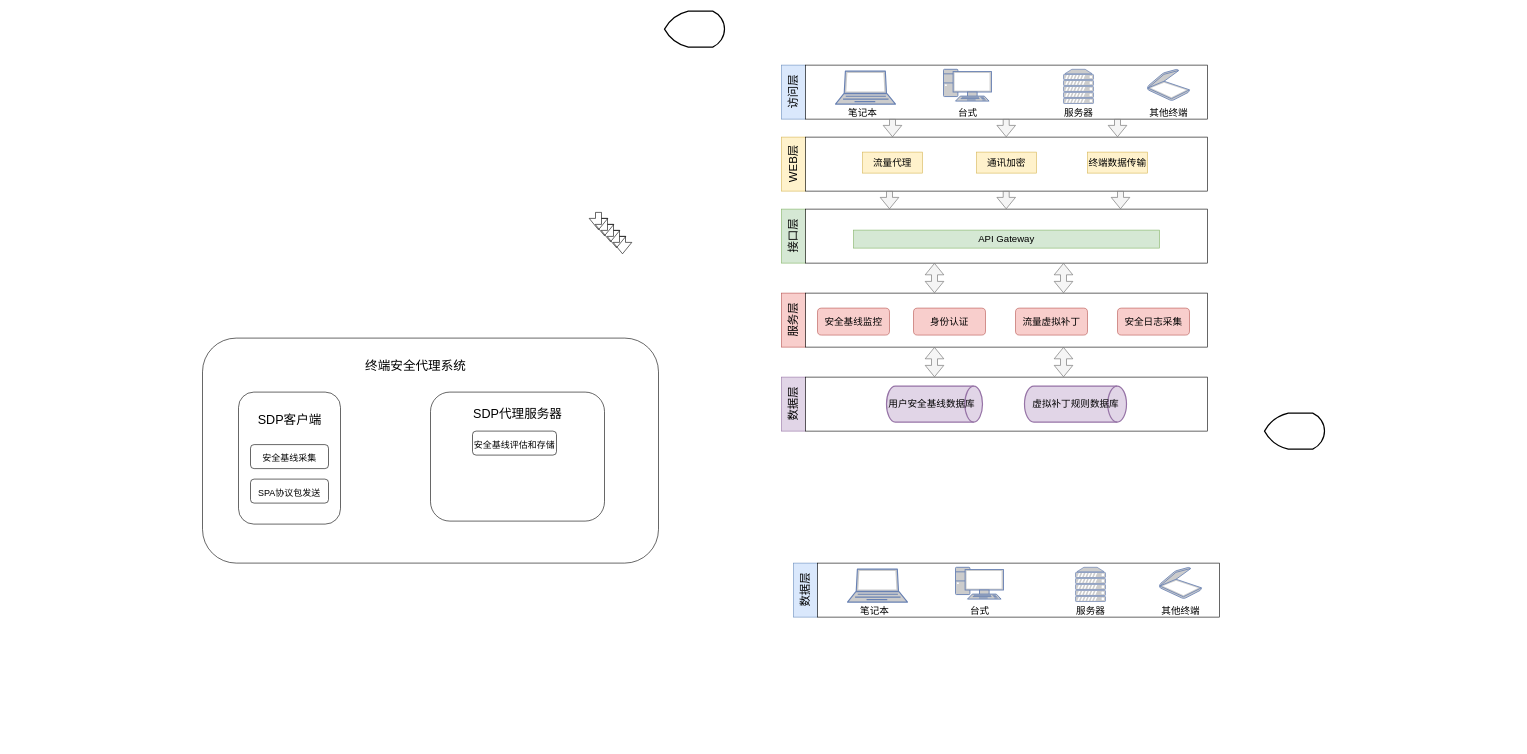
Moose1273/- keeps this draw.io diagram as testDirectory/系统框架.drawio. Above is the earlier version. Source tidied: cells renumbered, new cells numbered last; positions are measured from the earlier drawing's top-left corner, leaving out a move shared by most shapes. Both pictures are drawn from the tidied source at 60%, with x=0, y=0 at pixel (202, 11).
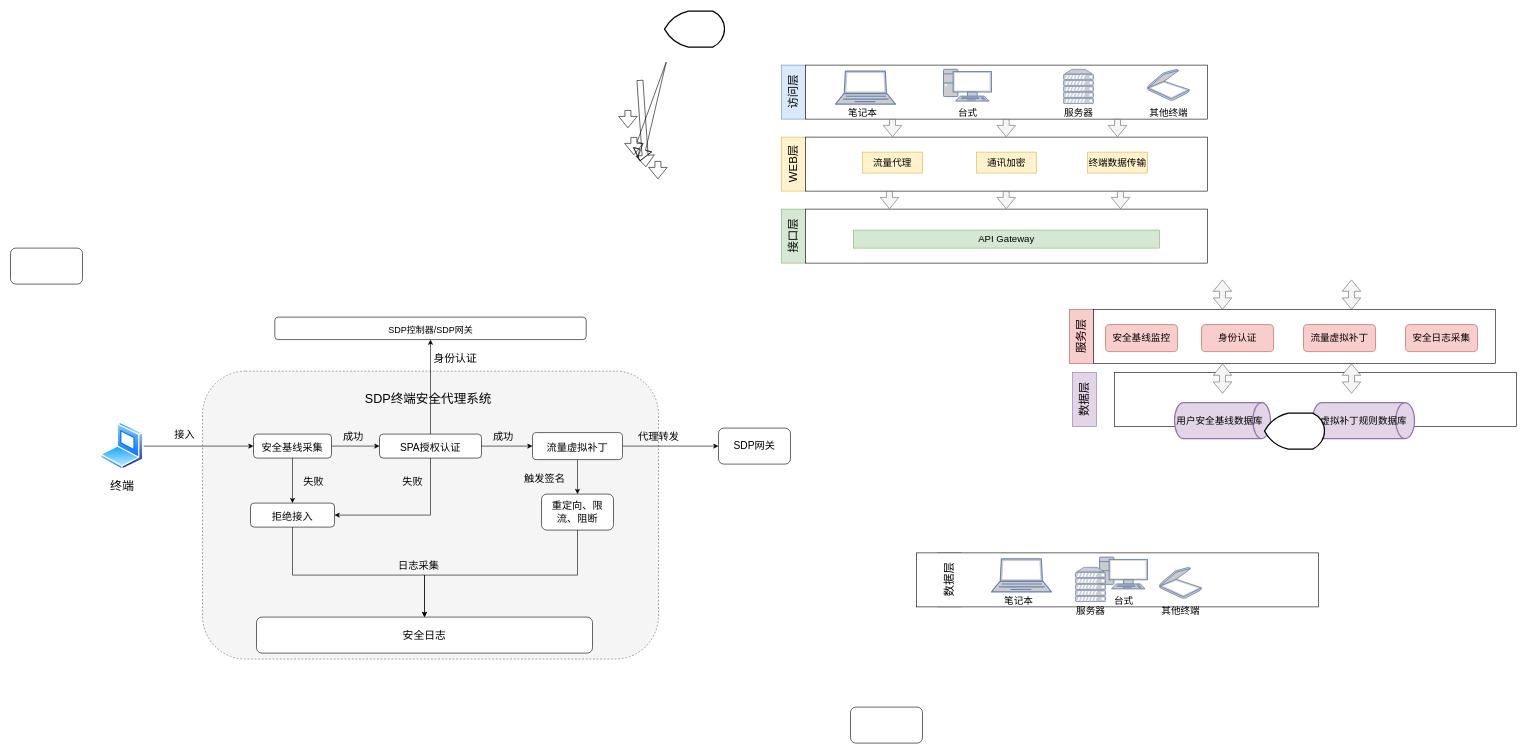
The same diagram, later.

Commit message:
更新系统框架.drawio

What changed in the source:
```diff
@@
     <mxCell id="19" style="rounded=0;whiteSpace=wrap;html=1;fillColor=#f8cecc;strokeColor=#b85450;" parent="1" vertex="1">
-      <mxGeometry x="965" y="470" width="40" height="90" as="geometry" />
+      <mxGeometry x="1445" y="497.5" width="40" height="90" as="geometry" />
     </mxCell>
     <mxCell id="20" style="rounded=0;whiteSpace=wrap;html=1;" parent="1" vertex="1">
-      <mxGeometry x="1005" y="470" width="670" height="90" as="geometry" />
+      <mxGeometry x="1485" y="497.5" width="670" height="90" as="geometry" />
     </mxCell>
     <mxCell id="21" value="&lt;font style=&quot;font-size: 19px;&quot;&gt;服务层&lt;/font&gt;" style="text;html=1;align=center;verticalAlign=middle;strokeColor=none;fillColor=none;rotation=-90;" parent="1" vertex="1">
-      <mxGeometry x="945" y="495" width="80" height="40" as="geometry" />
+      <mxGeometry x="1425" y="522.5" width="80" height="40" as="geometry" />
     </mxCell>
     <mxCell id="22" style="rounded=0;whiteSpace=wrap;html=1;fillColor=#dae8fc;strokeColor=#6c8ebf;" parent="1" vertex="1">
-      <mxGeometry x="985" y="920" width="40" height="90" as="geometry" />
+      <mxGeometry x="1225" y="903" width="40" height="90" as="geometry" />
     </mxCell>
     <mxCell id="23" style="rounded=0;whiteSpace=wrap;html=1;" parent="1" vertex="1">
-      <mxGeometry x="1025" y="920" width="670" height="90" as="geometry" />
+      <mxGeometry x="1190" y="903" width="670" height="90" as="geometry" />
     </mxCell>
     <mxCell id="24" value="&lt;span style=&quot;font-size: 19px;&quot;&gt;数据层&lt;/span&gt;" style="text;html=1;align=center;verticalAlign=middle;strokeColor=none;fillColor=none;rotation=-90;" parent="1" vertex="1">
-      <mxGeometry x="965" y="945" width="80" height="40" as="geometry" />
+      <mxGeometry x="1205" y="928" width="80" height="40" as="geometry" />
     </mxCell>
     <mxCell id="25" style="fontColor=#0066CC;verticalAlign=top;verticalLabelPosition=bottom;labelPosition=center;align=center;html=1;fillColor=#CCCCCC;strokeColor=#6881B3;gradientColor=none;gradientDirection=north;strokeWidth=2;shape=mxgraph.networks.laptop;fontSize=19;" parent="1" vertex="1">
-      <mxGeometry x="1075" y="930" width="100" height="55" as="geometry" />
+      <mxGeometry x="1315" y="913" width="100" height="55" as="geometry" />
     </mxCell>
     <mxCell id="26" value="&lt;font style=&quot;font-size: 16px;&quot;&gt;笔记本&lt;/font&gt;" style="text;html=1;align=center;verticalAlign=middle;strokeColor=none;fillColor=none;fontSize=19;" parent="1" vertex="1">
-      <mxGeometry x="1085" y="980" width="70" height="40" as="geometry" />
+      <mxGeometry x="1325" y="963" width="70" height="40" as="geometry" />
     </mxCell>
     <mxCell id="27" style="fontColor=#0066CC;verticalAlign=top;verticalLabelPosition=bottom;labelPosition=center;align=center;html=1;fillColor=#CCCCCC;strokeColor=#6881B3;gradientColor=none;gradientDirection=north;strokeWidth=2;shape=mxgraph.networks.pc;fontSize=16;" parent="1" vertex="1">
-      <mxGeometry x="1255" y="927" width="80" height="53" as="geometry" />
+      <mxGeometry x="1495" y="910" width="80" height="53" as="geometry" />
     </mxCell>
     <mxCell id="28" value="&lt;font style=&quot;font-size: 16px;&quot;&gt;台式&lt;/font&gt;" style="text;html=1;align=center;verticalAlign=middle;strokeColor=none;fillColor=none;fontSize=19;" parent="1" vertex="1">
-      <mxGeometry x="1265" y="980" width="60" height="40" as="geometry" />
+      <mxGeometry x="1505" y="963" width="60" height="40" as="geometry" />
     </mxCell>
@@
     <mxCell id="37" value="安全基线监控" style="rounded=1;whiteSpace=wrap;html=1;fontSize=16;fillColor=#f8cecc;strokeColor=#b85450;" parent="1" vertex="1">
-      <mxGeometry x="1025" y="495" width="120" height="45" as="geometry" />
+      <mxGeometry x="1505" y="522.5" width="120" height="45" as="geometry" />
     </mxCell>
     <mxCell id="38" value="身份认证" style="rounded=1;whiteSpace=wrap;html=1;fontSize=16;fillColor=#f8cecc;strokeColor=#b85450;" parent="1" vertex="1">
-      <mxGeometry x="1185" y="495" width="120" height="45" as="geometry" />
+      <mxGeometry x="1665" y="522.5" width="120" height="45" as="geometry" />
     </mxCell>
     <mxCell id="39" value="流量虚拟补丁" style="rounded=1;whiteSpace=wrap;html=1;fontSize=16;fillColor=#f8cecc;strokeColor=#b85450;" parent="1" vertex="1">
-      <mxGeometry x="1355" y="495" width="120" height="45" as="geometry" />
+      <mxGeometry x="1835" y="522.5" width="120" height="45" as="geometry" />
     </mxCell>
     <mxCell id="40" value="安全日志采集" style="rounded=1;whiteSpace=wrap;html=1;fontSize=16;fillColor=#f8cecc;strokeColor=#b85450;" parent="1" vertex="1">
-      <mxGeometry x="1525" y="495" width="120" height="45" as="geometry" />
+      <mxGeometry x="2005" y="522.5" width="120" height="45" as="geometry" />
     </mxCell>
     <mxCell id="41" style="rounded=0;whiteSpace=wrap;html=1;fillColor=#e1d5e7;strokeColor=#9673a6;" parent="1" vertex="1">
-      <mxGeometry x="965" y="610" width="40" height="90" as="geometry" />
+      <mxGeometry x="1450" y="602.5" width="40" height="90" as="geometry" />
     </mxCell>
     <mxCell id="42" style="rounded=0;whiteSpace=wrap;html=1;" parent="1" vertex="1">
-      <mxGeometry x="1005" y="610" width="670" height="90" as="geometry" />
+      <mxGeometry x="1520" y="602.5" width="670" height="90" as="geometry" />
     </mxCell>
     <mxCell id="43" value="&lt;font style=&quot;font-size: 19px;&quot;&gt;数据层&lt;/font&gt;" style="text;html=1;align=center;verticalAlign=middle;strokeColor=none;fillColor=none;rotation=-90;" parent="1" vertex="1">
-      <mxGeometry x="945" y="635" width="80" height="40" as="geometry" />
+      <mxGeometry x="1430" y="627.5" width="80" height="40" as="geometry" />
     </mxCell>
     <mxCell id="44" style="strokeWidth=2;html=1;shape=mxgraph.flowchart.direct_data;whiteSpace=wrap;fontSize=16;fillColor=#e1d5e7;strokeColor=#9673a6;" parent="1" vertex="1">
-      <mxGeometry x="1140" y="625" width="160" height="60" as="geometry" />
+      <mxGeometry x="1620" y="652.5" width="160" height="60" as="geometry" />
     </mxCell>
     <mxCell id="45" value="&lt;span style=&quot;&quot;&gt;用户安全基线数据库&lt;/span&gt;" style="text;html=1;align=center;verticalAlign=middle;strokeColor=none;fillColor=none;fontSize=16;" parent="1" vertex="1">
-      <mxGeometry x="1130" y="640" width="170" height="30" as="geometry" />
+      <mxGeometry x="1610" y="667.5" width="170" height="30" as="geometry" />
     </mxCell>
     <mxCell id="46" style="strokeWidth=2;html=1;shape=mxgraph.flowchart.direct_data;whiteSpace=wrap;fontSize=16;fillColor=#e1d5e7;strokeColor=#9673a6;" parent="1" vertex="1">
-      <mxGeometry x="1370" y="625" width="170" height="60" as="geometry" />
+      <mxGeometry x="1850" y="652.5" width="170" height="60" as="geometry" />
     </mxCell>
     <mxCell id="47" value="虚拟补丁规则数据库" style="text;html=1;align=center;verticalAlign=middle;strokeColor=none;fillColor=none;fontSize=16;" parent="1" vertex="1">
-      <mxGeometry x="1370" y="640" width="170" height="30" as="geometry" />
+      <mxGeometry x="1850" y="667.5" width="170" height="30" as="geometry" />
     </mxCell>
@@
     <mxCell id="56" style="shape=flexArrow;endArrow=classic;html=1;rounded=0;fontSize=16;" parent="1" edge="1">
       <mxGeometry relative="1" as="geometry">
-        <mxPoint x="660" y="335" as="sourcePoint" />
-        <mxPoint x="660" y="365" as="targetPoint" />
+        <mxPoint x="719" y="210" as="sourcePoint" />
+        <mxPoint x="719" y="240" as="targetPoint" />
       </mxGeometry>
     </mxCell>
     <mxCell id="57" style="shape=flexArrow;endArrow=classic;html=1;rounded=0;fontSize=16;" parent="1" edge="1">
       <mxGeometry relative="1" as="geometry">
-        <mxPoint x="670" y="345" as="sourcePoint" />
-        <mxPoint x="670" y="375" as="targetPoint" />
+        <mxPoint x="729" y="220" as="sourcePoint" />
+        <mxPoint x="729" y="250" as="targetPoint" />
+        <Array as="points">
+          <mxPoint x="749" y="165" />
+        </Array>
       </mxGeometry>
     </mxCell>
     <mxCell id="58" style="shape=flexArrow;endArrow=classic;html=1;rounded=0;fontSize=16;" parent="1" edge="1">
       <mxGeometry relative="1" as="geometry">
-        <mxPoint x="680" y="355" as="sourcePoint" />
-        <mxPoint x="680" y="385" as="targetPoint" />
+        <mxPoint x="729" y="115" as="sourcePoint" />
+        <mxPoint x="739" y="260" as="targetPoint" />
       </mxGeometry>
     </mxCell>
     <mxCell id="59" style="shape=flexArrow;endArrow=classic;html=1;rounded=0;fontSize=16;" parent="1" edge="1">
       <mxGeometry relative="1" as="geometry">
-        <mxPoint x="690" y="365" as="sourcePoint" />
-        <mxPoint x="690" y="395" as="targetPoint" />
+        <mxPoint x="709" y="165" as="sourcePoint" />
+        <mxPoint x="709" y="195" as="targetPoint" />
       </mxGeometry>
     </mxCell>
     <mxCell id="60" style="shape=flexArrow;endArrow=classic;html=1;rounded=0;fontSize=16;" parent="1" edge="1">
       <mxGeometry relative="1" as="geometry">
-        <mxPoint x="700" y="375" as="sourcePoint" />
-        <mxPoint x="700" y="405" as="targetPoint" />
+        <mxPoint x="759" y="250" as="sourcePoint" />
+        <mxPoint x="759" y="280" as="targetPoint" />
       </mxGeometry>
     </mxCell>
     <mxCell id="61" style="shape=flexArrow;endArrow=classic;startArrow=classic;html=1;rounded=0;fontSize=16;fillColor=#f5f5f5;strokeColor=#666666;" parent="1" edge="1">
       <mxGeometry relative="1" as="geometry">
-        <mxPoint x="1220" y="470" as="sourcePoint" />
-        <mxPoint x="1220" y="420" as="targetPoint" />
+        <mxPoint x="1700" y="497.5" as="sourcePoint" />
+        <mxPoint x="1700" y="447.5" as="targetPoint" />
       </mxGeometry>
     </mxCell>
     <mxCell id="62" style="shape=flexArrow;endArrow=classic;startArrow=classic;html=1;rounded=0;fontSize=16;fillColor=#f5f5f5;strokeColor=#666666;" parent="1" edge="1">
       <mxGeometry relative="1" as="geometry">
-        <mxPoint x="1435" y="470" as="sourcePoint" />
-        <mxPoint x="1435" y="420" as="targetPoint" />
+        <mxPoint x="1915" y="497.5" as="sourcePoint" />
+        <mxPoint x="1915" y="447.5" as="targetPoint" />
       </mxGeometry>
     </mxCell>
     <mxCell id="63" style="shape=flexArrow;endArrow=classic;startArrow=classic;html=1;rounded=0;fontSize=16;fillColor=#f5f5f5;strokeColor=#666666;" parent="1" edge="1">
       <mxGeometry relative="1" as="geometry">
-        <mxPoint x="1435" y="610" as="sourcePoint" />
-        <mxPoint x="1435" y="560" as="targetPoint" />
+        <mxPoint x="1915" y="637.5" as="sourcePoint" />
+        <mxPoint x="1915" y="587.5" as="targetPoint" />
       </mxGeometry>
     </mxCell>
     <mxCell id="64" style="shape=flexArrow;endArrow=classic;startArrow=classic;html=1;rounded=0;fontSize=16;fillColor=#f5f5f5;strokeColor=#666666;" parent="1" edge="1">
       <mxGeometry relative="1" as="geometry">
-        <mxPoint x="1220" y="610" as="sourcePoint" />
-        <mxPoint x="1220" y="560" as="targetPoint" />
+        <mxPoint x="1700" y="637.5" as="sourcePoint" />
+        <mxPoint x="1700" y="587.5" as="targetPoint" />
       </mxGeometry>
     </mxCell>
-    <mxCell id="65" style="rounded=1;whiteSpace=wrap;html=1;" parent="1" vertex="1">
-      <mxGeometry y="545" width="760" height="375" as="geometry" />
+    <mxCell id="65" style="rounded=1;whiteSpace=wrap;html=1;fillColor=#f5f5f5;fontColor=#333333;strokeColor=#666666;dashed=1;" parent="1" vertex="1">
+      <mxGeometry y="600" width="760" height="480" as="geometry" />
     </mxCell>
-    <mxCell id="66" style="rounded=1;whiteSpace=wrap;html=1;" parent="1" vertex="1">
-      <mxGeometry x="60" y="635" width="170" height="220" as="geometry" />
-    </mxCell>
-    <mxCell id="67" style="rounded=1;whiteSpace=wrap;html=1;" parent="1" vertex="1">
-      <mxGeometry x="380" y="635" width="290" height="215" as="geometry" />
-    </mxCell>
-    <mxCell id="68" value="&lt;font style=&quot;font-size: 21px;&quot;&gt;终端安全代理系统&lt;/font&gt;" style="text;html=1;align=center;verticalAlign=middle;strokeColor=none;fillColor=none;" parent="1" vertex="1">
-      <mxGeometry x="260" y="570" width="190" height="40" as="geometry" />
+    <mxCell id="68" value="&lt;font style=&quot;font-size: 21px;&quot;&gt;SDP终端安全代理系统&lt;/font&gt;" style="text;html=1;align=center;verticalAlign=middle;strokeColor=none;fillColor=none;" parent="1" vertex="1">
+      <mxGeometry x="261.2" y="625" width="230" height="40" as="geometry" />
     </mxCell>
-    <mxCell id="69" value="SDP客户端" style="text;html=1;align=center;verticalAlign=middle;strokeColor=none;fillColor=none;fontSize=21;" parent="1" vertex="1">
-      <mxGeometry x="80" y="660" width="130" height="40" as="geometry" />
-    </mxCell>
+    <mxCell id="74" style="edgeStyle=orthogonalEdgeStyle;rounded=0;jettySize=auto;html=1;exitX=1;exitY=0.5;exitDx=0;exitDy=0;entryX=0;entryY=0.5;entryDx=0;entryDy=0;fontSize=20;" parent="1" edge="1" source="70" target="73">
+      <mxGeometry relative="1" as="geometry" />
+    </mxCell>
+    <mxCell id="75" style="edgeStyle=orthogonalEdgeStyle;rounded=0;jettySize=auto;html=1;exitX=0.5;exitY=1;exitDx=0;exitDy=0;fontSize=18;" parent="1" edge="1" source="70" target="71">
+      <mxGeometry relative="1" as="geometry" />
+    </mxCell>
-    <mxCell id="70" value="&lt;font style=&quot;font-size: 15px;&quot;&gt;安全基线采集&lt;/font&gt;" style="rounded=1;whiteSpace=wrap;html=1;fontSize=21;" parent="1" vertex="1">
-      <mxGeometry x="80" y="722.5" width="130" height="40" as="geometry" />
+    <mxCell id="70" value="&lt;font style=&quot;font-size: 17px;&quot;&gt;安全基线采集&lt;/font&gt;" style="rounded=1;whiteSpace=wrap;html=1;fontSize=21;" parent="1" vertex="1">
+      <mxGeometry x="85" y="705" width="130" height="40" as="geometry" />
     </mxCell>
+    <mxCell id="76" style="edgeStyle=orthogonalEdgeStyle;rounded=0;jettySize=auto;html=1;exitX=0.5;exitY=1;exitDx=0;exitDy=0;entryX=0.5;entryY=0;entryDx=0;entryDy=0;fontSize=18;" parent="1" edge="1" source="71" target="85">
+      <mxGeometry relative="1" as="geometry">
+        <Array as="points">
+          <mxPoint x="150" y="940" />
+          <mxPoint x="370" y="940" />
+        </Array>
+      </mxGeometry>
+    </mxCell>
-    <mxCell id="71" value="&lt;font style=&quot;font-size: 15px;&quot;&gt;SPA协议包发送&lt;/font&gt;" style="rounded=1;whiteSpace=wrap;html=1;fontSize=21;" parent="1" vertex="1">
-      <mxGeometry x="80" y="780" width="130" height="40" as="geometry" />
+    <mxCell id="71" value="&lt;font style=&quot;font-size: 17px;&quot;&gt;拒绝接入&lt;/font&gt;" style="rounded=1;whiteSpace=wrap;html=1;fontSize=21;" parent="1" vertex="1">
+      <mxGeometry x="80" y="820" width="140" height="40" as="geometry" />
     </mxCell>
-    <mxCell id="72" value="SDP代理服务器" style="text;html=1;align=center;verticalAlign=middle;strokeColor=none;fillColor=none;fontSize=21;" parent="1" vertex="1">
-      <mxGeometry x="440" y="650" width="170" height="40" as="geometry" />
-    </mxCell>
+    <mxCell id="77" style="edgeStyle=orthogonalEdgeStyle;rounded=0;jettySize=auto;html=1;exitX=0.5;exitY=1;exitDx=0;exitDy=0;entryX=1;entryY=0.5;entryDx=0;entryDy=0;fontSize=18;" parent="1" edge="1" source="73" target="71">
+      <mxGeometry relative="1" as="geometry" />
+    </mxCell>
+    <mxCell id="78" style="edgeStyle=orthogonalEdgeStyle;rounded=0;jettySize=auto;html=1;exitX=1;exitY=0.5;exitDx=0;exitDy=0;entryX=0;entryY=0.5;entryDx=0;entryDy=0;fontSize=18;" parent="1" edge="1" source="73" target="91">
+      <mxGeometry relative="1" as="geometry" />
+    </mxCell>
+    <mxCell id="79" style="edgeStyle=orthogonalEdgeStyle;rounded=0;jettySize=auto;html=1;exitX=0.5;exitY=0;exitDx=0;exitDy=0;entryX=0.5;entryY=1;entryDx=0;entryDy=0;fontSize=18;" parent="1" edge="1" source="73" target="84">
+      <mxGeometry relative="1" as="geometry" />
+    </mxCell>
-    <mxCell id="73" value="&lt;font style=&quot;font-size: 15px;&quot;&gt;安全基线评估和存储&lt;/font&gt;" style="rounded=1;whiteSpace=wrap;html=1;fontSize=21;" parent="1" vertex="1">
-      <mxGeometry x="450" y="700" width="140" height="40" as="geometry" />
+    <mxCell id="73" value="&lt;font style=&quot;font-size: 17px;&quot;&gt;SPA授权认证&lt;/font&gt;" style="rounded=1;whiteSpace=wrap;html=1;fontSize=21;" parent="1" vertex="1">
+      <mxGeometry x="295" y="705" width="170" height="40" as="geometry" />
     </mxCell>
+    <mxCell id="80" style="edgeStyle=orthogonalEdgeStyle;rounded=0;jettySize=auto;html=1;exitX=1;exitY=0.5;exitDx=0;exitDy=0;entryX=0;entryY=0.5;entryDx=0;entryDy=0;fontSize=20;" parent="1" edge="1" source="81" target="70">
+      <mxGeometry relative="1" as="geometry" />
+    </mxCell>
+    <mxCell id="81" style="perimeter=ellipsePerimeter;html=1;align=center;shadow=0;dashed=0;spacingTop=3;image;image=img/lib/active_directory/laptop_client.svg;fontSize=15;" parent="1" vertex="1">
+      <mxGeometry x="-170" y="685" width="72" height="80" as="geometry" />
+    </mxCell>
+    <mxCell id="82" value="&lt;font style=&quot;font-size: 20px;&quot;&gt;终端&lt;/font&gt;" style="text;html=1;align=center;verticalAlign=middle;strokeColor=none;fillColor=none;fontSize=15;" parent="1" vertex="1">
+      <mxGeometry x="-164" y="770" width="60" height="40" as="geometry" />
+    </mxCell>
+    <mxCell id="83" value="&lt;font style=&quot;font-size: 17px;&quot;&gt;接入&lt;/font&gt;" style="text;html=1;align=center;verticalAlign=middle;strokeColor=none;fillColor=none;fontSize=20;" parent="1" vertex="1">
+      <mxGeometry x="-60" y="685" width="60" height="40" as="geometry" />
+    </mxCell>
+    <mxCell id="84" value="&lt;font style=&quot;font-size: 15px;&quot;&gt;SDP控制器/SDP网关&lt;/font&gt;" style="rounded=1;whiteSpace=wrap;html=1;fontSize=21;" parent="1" vertex="1">
+      <mxGeometry x="120.5" y="510" width="519" height="37.5" as="geometry" />
+    </mxCell>
+    <mxCell id="85" value="&lt;font style=&quot;font-size: 18px;&quot;&gt;安全日志&lt;/font&gt;" style="rounded=1;whiteSpace=wrap;html=1;fontSize=20;" parent="1" vertex="1">
+      <mxGeometry x="90" y="1010" width="560" height="60" as="geometry" />
+    </mxCell>
+    <mxCell id="86" value="&lt;font style=&quot;font-size: 17px;&quot;&gt;成功&lt;/font&gt;" style="text;html=1;align=center;verticalAlign=middle;strokeColor=none;fillColor=none;fontSize=18;" parent="1" vertex="1">
+      <mxGeometry x="221.2" y="690" width="60" height="40" as="geometry" />
+    </mxCell>
+    <mxCell id="87" value="&lt;font style=&quot;font-size: 17px;&quot;&gt;失败&lt;/font&gt;" style="text;html=1;align=center;verticalAlign=middle;strokeColor=none;fillColor=none;fontSize=18;" parent="1" vertex="1">
+      <mxGeometry x="155" y="765" width="60" height="40" as="geometry" />
+    </mxCell>
+    <mxCell id="88" value="&lt;font style=&quot;font-size: 17px;&quot;&gt;失败&lt;/font&gt;" style="text;html=1;align=center;verticalAlign=middle;strokeColor=none;fillColor=none;fontSize=18;" parent="1" vertex="1">
+      <mxGeometry x="320" y="765" width="60" height="40" as="geometry" />
+    </mxCell>
+    <mxCell id="89" style="edgeStyle=orthogonalEdgeStyle;rounded=0;jettySize=auto;html=1;exitX=0.5;exitY=1;exitDx=0;exitDy=0;fontSize=18;" parent="1" edge="1" source="91" target="94">
+      <mxGeometry relative="1" as="geometry" />
+    </mxCell>
+    <mxCell id="90" style="edgeStyle=orthogonalEdgeStyle;rounded=0;jettySize=auto;html=1;exitX=1;exitY=0.5;exitDx=0;exitDy=0;fontSize=18;" parent="1" edge="1" source="91">
+      <mxGeometry relative="1" as="geometry">
+        <mxPoint x="860" y="725" as="targetPoint" />
+      </mxGeometry>
+    </mxCell>
+    <mxCell id="91" value="&lt;font style=&quot;font-size: 17px;&quot;&gt;流量虚拟补丁&lt;/font&gt;" style="rounded=1;whiteSpace=wrap;html=1;fontSize=21;" parent="1" vertex="1">
+      <mxGeometry x="550" y="702.5" width="150" height="45" as="geometry" />
+    </mxCell>
+    <mxCell id="92" value="&lt;font style=&quot;font-size: 17px;&quot;&gt;成功&lt;/font&gt;" style="text;html=1;align=center;verticalAlign=middle;strokeColor=none;fillColor=none;fontSize=18;" parent="1" vertex="1">
+      <mxGeometry x="471.2" y="690" width="60" height="40" as="geometry" />
+    </mxCell>
+    <mxCell id="93" style="edgeStyle=orthogonalEdgeStyle;rounded=0;jettySize=auto;html=1;exitX=0.5;exitY=1;exitDx=0;exitDy=0;fontSize=18;entryX=0.5;entryY=0;entryDx=0;entryDy=0;" parent="1" edge="1" source="94" target="85">
+      <mxGeometry relative="1" as="geometry">
+        <Array as="points">
+          <mxPoint x="625" y="940" />
+          <mxPoint x="370" y="940" />
+        </Array>
+      </mxGeometry>
+    </mxCell>
+    <mxCell id="94" value="&lt;font style=&quot;font-size: 17px;&quot;&gt;重定向、限流、阻断&lt;/font&gt;" style="rounded=1;whiteSpace=wrap;html=1;fontSize=18;" parent="1" vertex="1">
+      <mxGeometry x="565" y="805" width="120" height="60" as="geometry" />
+    </mxCell>
+    <mxCell id="95" value="&lt;font style=&quot;font-size: 17px;&quot;&gt;触发签名&lt;/font&gt;" style="text;html=1;align=center;verticalAlign=middle;strokeColor=none;fillColor=none;fontSize=18;" parent="1" vertex="1">
+      <mxGeometry x="525" y="760" width="90" height="40" as="geometry" />
+    </mxCell>
+    <mxCell id="96" value="&lt;font style=&quot;font-size: 17px;&quot;&gt;日志采集&lt;/font&gt;" style="text;html=1;align=center;verticalAlign=middle;strokeColor=none;fillColor=none;fontSize=18;" parent="1" vertex="1">
+      <mxGeometry x="315" y="905" width="90" height="40" as="geometry" />
+    </mxCell>
+    <mxCell id="97" value="身份认证" style="text;html=1;align=center;verticalAlign=middle;strokeColor=none;fillColor=none;fontSize=18;" parent="1" vertex="1">
+      <mxGeometry x="371.2" y="560" width="100" height="40" as="geometry" />
+    </mxCell>
+    <mxCell id="98" value="&lt;font style=&quot;font-size: 17px;&quot;&gt;代理转发&lt;/font&gt;" style="text;html=1;align=center;verticalAlign=middle;strokeColor=none;fillColor=none;fontSize=18;" parent="1" vertex="1">
+      <mxGeometry x="715" y="690" width="90" height="40" as="geometry" />
+    </mxCell>
+    <mxCell id="99" value="&lt;font style=&quot;font-size: 17px;&quot;&gt;SDP网关&lt;/font&gt;" style="rounded=1;whiteSpace=wrap;html=1;fontSize=18;" parent="1" vertex="1">
+      <mxGeometry x="860" y="695" width="120" height="60" as="geometry" />
+    </mxCell>
+    <mxCell id="100" style="rounded=1;whiteSpace=wrap;html=1;fontSize=17;" parent="1" vertex="1">
+      <mxGeometry x="1080" y="1160" width="120" height="60" as="geometry" />
+    </mxCell>
+    <mxCell id="101" style="rounded=1;whiteSpace=wrap;html=1;fontSize=17;" parent="1" vertex="1">
+      <mxGeometry x="-320" y="395" width="120" height="60" as="geometry" />
+    </mxCell>
```
